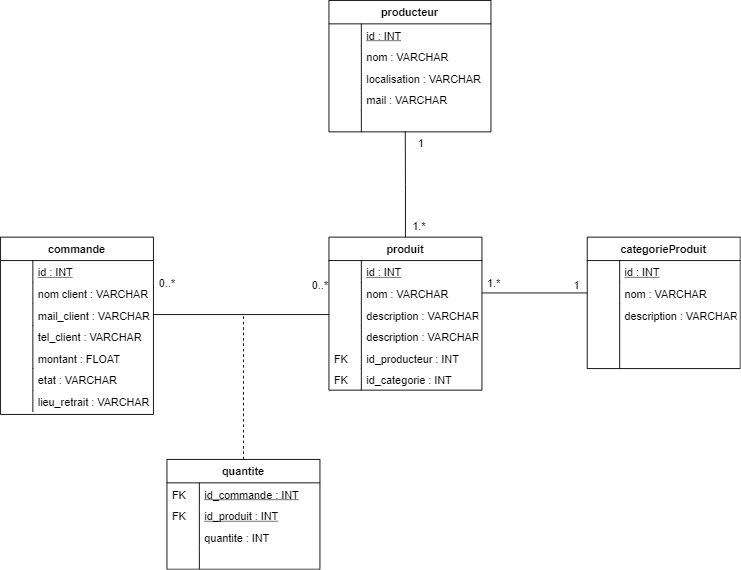
Earlier version of the draw.io export Documents/MEA.png (LilianWilt120100/HangarLocal). Source tidied: cells renumbered, new cells last; positions are measured from the earlier drawing's top-left corner, leaving out a move shared by most shapes.
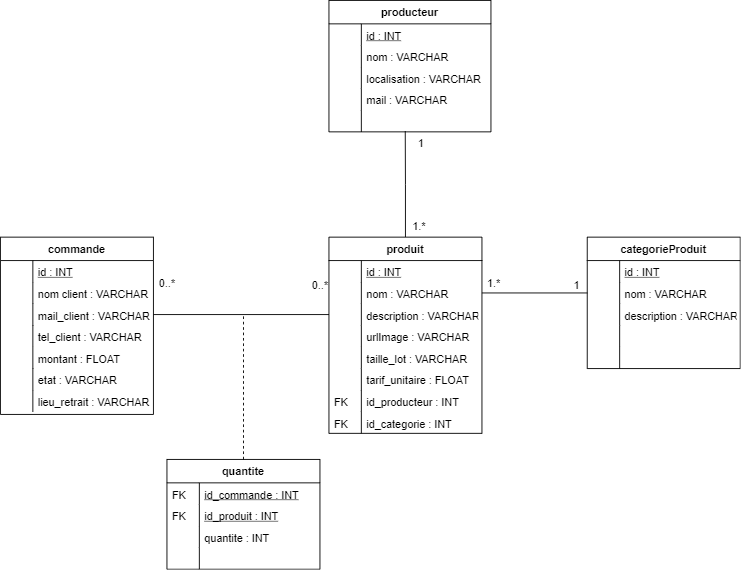
The same file after the commit.

The edit, as a diff of the source:
```diff
@@ -51,7 +51,7 @@
       <mxGeometry relative="1" as="geometry" />
     </mxCell>
     <mxCell id="18" value="produit" style="swimlane;fontStyle=1;horizontal=1;startSize=26;rounded=0;shadow=0;strokeWidth=1;" parent="1" vertex="1">
-      <mxGeometry x="365" y="263" width="170" height="170" as="geometry" />
+      <mxGeometry x="365" y="263" width="170" height="218" as="geometry" />
     </mxCell>
     <mxCell id="19" value="id : INT" style="shape=partialRectangle;top=0;left=0;right=0;bottom=1;align=left;verticalAlign=top;fillColor=none;spacingLeft=40;spacingRight=4;overflow=hidden;rounded=0;shadow=0;strokeWidth=1;fontStyle=4;strokeColor=none;" parent="18" vertex="1">
       <mxGeometry y="26" width="170" height="24" as="geometry" />
@@ -71,20 +71,32 @@
     <mxCell id="24" style="shape=partialRectangle;top=0;left=0;bottom=0;fillColor=none;align=left;verticalAlign=top;spacingLeft=4;spacingRight=4;overflow=hidden;" parent="23" vertex="1">
       <mxGeometry width="36" height="24" as="geometry" />
     </mxCell>
+    <mxCell id="71" value="urlImage : VARCHAR" style="shape=partialRectangle;top=0;left=0;right=0;bottom=1;align=left;verticalAlign=top;fillColor=none;spacingLeft=40;spacingRight=4;overflow=hidden;rounded=0;shadow=0;strokeWidth=1;fontStyle=0;strokeColor=none;" parent="18" vertex="1">
+      <mxGeometry y="98" width="170" height="24" as="geometry" />
+    </mxCell>
+    <mxCell id="72" style="shape=partialRectangle;top=0;left=0;bottom=0;fillColor=none;align=left;verticalAlign=top;spacingLeft=4;spacingRight=4;overflow=hidden;" parent="71" vertex="1">
+      <mxGeometry width="36" height="24" as="geometry" />
+    </mxCell>
+    <mxCell id="73" value="taille_lot : VARCHAR" style="shape=partialRectangle;top=0;left=0;right=0;bottom=1;align=left;verticalAlign=top;fillColor=none;spacingLeft=40;spacingRight=4;overflow=hidden;rounded=0;shadow=0;strokeWidth=1;fontStyle=0;strokeColor=none;fontColor=default;" parent="18" vertex="1">
+      <mxGeometry y="122" width="170" height="24" as="geometry" />
+    </mxCell>
+    <mxCell id="74" style="shape=partialRectangle;top=0;left=0;bottom=0;fillColor=none;align=left;verticalAlign=top;spacingLeft=4;spacingRight=4;overflow=hidden;" parent="73" vertex="1">
+      <mxGeometry width="36" height="24" as="geometry" />
+    </mxCell>
-    <mxCell id="25" value="description : VARCHAR" style="shape=partialRectangle;top=0;left=0;right=0;bottom=1;align=left;verticalAlign=top;fillColor=none;spacingLeft=40;spacingRight=4;overflow=hidden;rounded=0;shadow=0;strokeWidth=1;fontStyle=0;strokeColor=none;" parent="18" vertex="1">
-      <mxGeometry y="98" width="170" height="24" as="geometry" />
+    <mxCell id="25" value="tarif_unitaire : FLOAT" style="shape=partialRectangle;top=0;left=0;right=0;bottom=1;align=left;verticalAlign=top;fillColor=none;spacingLeft=40;spacingRight=4;overflow=hidden;rounded=0;shadow=0;strokeWidth=1;fontStyle=0;strokeColor=none;fontColor=default;" parent="18" vertex="1">
+      <mxGeometry y="146" width="170" height="24" as="geometry" />
     </mxCell>
     <mxCell id="26" style="shape=partialRectangle;top=0;left=0;bottom=0;fillColor=none;align=left;verticalAlign=top;spacingLeft=4;spacingRight=4;overflow=hidden;" parent="25" vertex="1">
       <mxGeometry width="36" height="24" as="geometry" />
     </mxCell>
     <mxCell id="27" value="id_producteur : INT" style="shape=partialRectangle;top=0;left=0;right=0;bottom=1;align=left;verticalAlign=top;fillColor=none;spacingLeft=40;spacingRight=4;overflow=hidden;rounded=0;shadow=0;strokeWidth=1;fontStyle=0;strokeColor=none;" parent="18" vertex="1">
-      <mxGeometry y="122" width="170" height="24" as="geometry" />
+      <mxGeometry y="170" width="170" height="24" as="geometry" />
     </mxCell>
     <mxCell id="28" value="FK" style="shape=partialRectangle;top=0;left=0;bottom=0;fillColor=none;align=left;verticalAlign=top;spacingLeft=4;spacingRight=4;overflow=hidden;" parent="27" vertex="1">
       <mxGeometry width="36" height="24" as="geometry" />
     </mxCell>
     <mxCell id="29" value="id_categorie : INT" style="shape=partialRectangle;top=0;left=0;right=0;bottom=1;align=left;verticalAlign=top;fillColor=none;spacingLeft=40;spacingRight=4;overflow=hidden;rounded=0;shadow=0;strokeWidth=1;fontStyle=0;strokeColor=none;" parent="18" vertex="1">
-      <mxGeometry y="146" width="170" height="24" as="geometry" />
+      <mxGeometry y="194" width="170" height="24" as="geometry" />
     </mxCell>
     <mxCell id="30" value="FK" style="shape=partialRectangle;top=0;left=0;bottom=0;fillColor=none;align=left;verticalAlign=top;spacingLeft=4;spacingRight=4;overflow=hidden;" parent="29" vertex="1">
       <mxGeometry width="36" height="24" as="geometry" />
```
